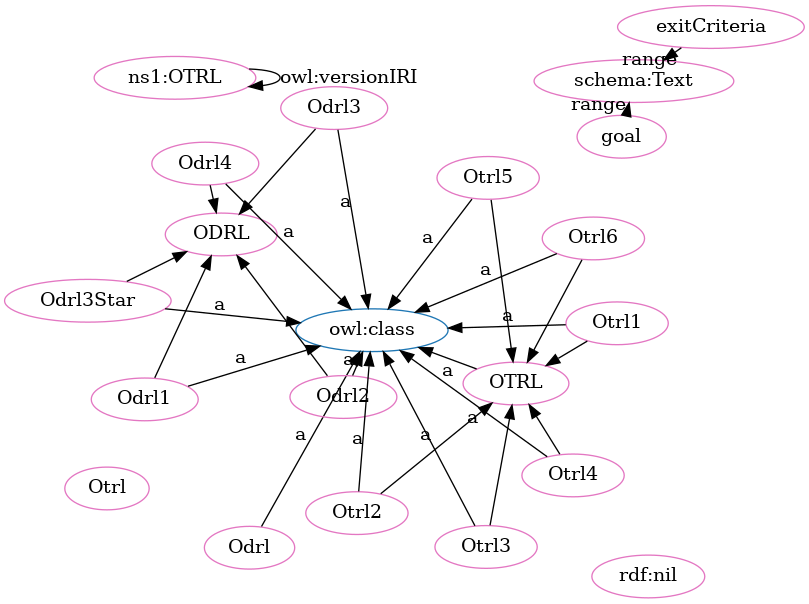
Earlier version of the Graphviz export OTRL-clean.png (OPEN-NEXT/OKH-LOSH). Its source is kept beside it as OTRL-clean.dot.
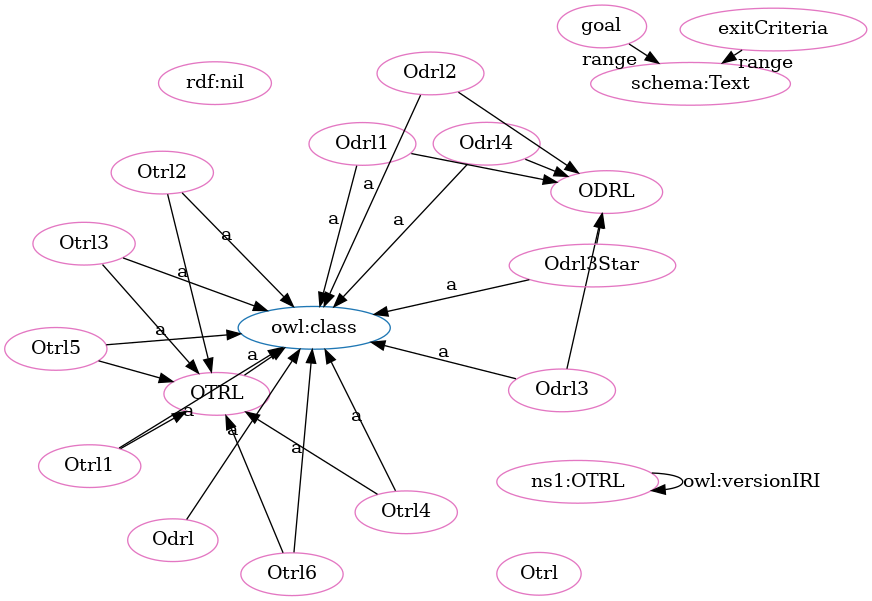
Later version of the same file.

Change to the diagram source:
```diff
@@ -1,54 +1,54 @@
 digraph G {
   rankdir=BT
   node[height=.3]
+"http://www.w3.org/2002/07/owl#class" [fillcolor="#1f77b4" color="#1f77b4" label="owl:class"]
 "http://purl.org/oseg/ontologies/OTRL#ODRL" [fillcolor="#1f77b4" color="#1f77b4" label="ODRL"]
-"http://www.w3.org/2002/07/owl#class" [fillcolor="#1f77b4" color="#1f77b4" label="owl:class"]
 "http://purl.org/oseg/ontologies/OTRL#OTRL" [fillcolor="#1f77b4" color="#1f77b4" label="OTRL"]
-"http://purl.org/oseg/ontologies/OTRL" [fillcolor="#e377c2" color="#e377c2" label="ns1:OTRL"]
-"http://purl.org/oseg/ontologies/OTRL#Odrl3Star" [fillcolor="#e377c2" color="#e377c2" label="Odrl3Star"]
+"http://purl.org/oseg/ontologies/OTRL#Otrl3" [fillcolor="#e377c2" color="#e377c2" label="Otrl3"]
 "http://purl.org/oseg/ontologies/OTRL#Otrl6" [fillcolor="#e377c2" color="#e377c2" label="Otrl6"]
 "http://purl.org/oseg/ontologies/OTRL#ODRL" [fillcolor="#e377c2" color="#e377c2" label="ODRL"]
+"http://purl.org/oseg/ontologies/OTRL#goal" [fillcolor="#e377c2" color="#e377c2" label="goal"]
 "http://purl.org/oseg/ontologies/OTRL#Odrl4" [fillcolor="#e377c2" color="#e377c2" label="Odrl4"]
+"http://purl.org/oseg/ontologies/OTRL#Otrl1" [fillcolor="#e377c2" color="#e377c2" label="Otrl1"]
+"http://purl.org/oseg/ontologies/OTRL#Odrl" [fillcolor="#e377c2" color="#e377c2" label="Odrl"]
+"http://purl.org/oseg/ontologies/OTRL#exitCriteria" [fillcolor="#e377c2" color="#e377c2" label="exitCriteria"]
+"http://purl.org/oseg/ontologies/OTRL#OTRL" [fillcolor="#e377c2" color="#e377c2" label="OTRL"]
+"http://purl.org/oseg/ontologies/OTRL#Otrl5" [fillcolor="#e377c2" color="#e377c2" label="Otrl5"]
+"http://purl.org/oseg/ontologies/OTRL#Odrl3" [fillcolor="#e377c2" color="#e377c2" label="Odrl3"]
 "http://schema.org/Text" [fillcolor="#e377c2" color="#e377c2" label="schema:Text"]
-"http://purl.org/oseg/ontologies/OTRL#OTRL" [fillcolor="#e377c2" color="#e377c2" label="OTRL"]
-"http://purl.org/oseg/ontologies/OTRL#Odrl" [fillcolor="#e377c2" color="#e377c2" label="Odrl"]
-"http://www.w3.org/1999/02/22-rdf-syntax-ns#nil" [fillcolor="#e377c2" color="#e377c2" label="rdf:nil"]
-"http://purl.org/oseg/ontologies/OTRL#Otrl" [fillcolor="#e377c2" color="#e377c2" label="Otrl"]
-"http://purl.org/oseg/ontologies/OTRL#Otrl3" [fillcolor="#e377c2" color="#e377c2" label="Otrl3"]
 "http://purl.org/oseg/ontologies/OTRL#Odrl1" [fillcolor="#e377c2" color="#e377c2" label="Odrl1"]
+"http://purl.org/oseg/ontologies/OTRL" [fillcolor="#e377c2" color="#e377c2" label="ns1:OTRL"]
 "http://purl.org/oseg/ontologies/OTRL#Odrl2" [fillcolor="#e377c2" color="#e377c2" label="Odrl2"]
 "http://purl.org/oseg/ontologies/OTRL#Otrl4" [fillcolor="#e377c2" color="#e377c2" label="Otrl4"]
+"http://purl.org/oseg/ontologies/OTRL#Odrl3Star" [fillcolor="#e377c2" color="#e377c2" label="Odrl3Star"]
+"http://purl.org/oseg/ontologies/OTRL#Otrl" [fillcolor="#e377c2" color="#e377c2" label="Otrl"]
+"http://www.w3.org/1999/02/22-rdf-syntax-ns#nil" [fillcolor="#e377c2" color="#e377c2" label="rdf:nil"]
 "http://purl.org/oseg/ontologies/OTRL#Otrl2" [fillcolor="#e377c2" color="#e377c2" label="Otrl2"]
-"http://purl.org/oseg/ontologies/OTRL#exitCriteria" [fillcolor="#e377c2" color="#e377c2" label="exitCriteria"]
-"http://purl.org/oseg/ontologies/OTRL#Otrl1" [fillcolor="#e377c2" color="#e377c2" label="Otrl1"]
-"http://purl.org/oseg/ontologies/OTRL#goal" [fillcolor="#e377c2" color="#e377c2" label="goal"]
-"http://purl.org/oseg/ontologies/OTRL#Otrl5" [fillcolor="#e377c2" color="#e377c2" label="Otrl5"]
-"http://purl.org/oseg/ontologies/OTRL#Odrl3" [fillcolor="#e377c2" color="#e377c2" label="Odrl3"]
+  "http://purl.org/oseg/ontologies/OTRL#Otrl6" -> "http://www.w3.org/2002/07/owl#class" [label="a"]
+  "http://purl.org/oseg/ontologies/OTRL#Odrl2" -> "http://purl.org/oseg/ontologies/OTRL#ODRL" [label=""]
+  "http://purl.org/oseg/ontologies/OTRL#Odrl" -> "http://www.w3.org/2002/07/owl#class" [label="a"]
+  "http://purl.org/oseg/ontologies/OTRL#Otrl5" -> "http://purl.org/oseg/ontologies/OTRL#OTRL" [label=""]
+  "http://purl.org/oseg/ontologies/OTRL#OTRL" -> "http://www.w3.org/2002/07/owl#class" [label="a"]
+  "http://purl.org/oseg/ontologies/OTRL#goal" -> "http://schema.org/Text" [label="range"]
+  "http://purl.org/oseg/ontologies/OTRL#Odrl1" -> "http://www.w3.org/2002/07/owl#class" [label="a"]
+  "http://purl.org/oseg/ontologies/OTRL#Odrl1" -> "http://purl.org/oseg/ontologies/OTRL#ODRL" [label=""]
+  "http://purl.org/oseg/ontologies/OTRL#Otrl4" -> "http://purl.org/oseg/ontologies/OTRL#OTRL" [label=""]
+  "http://purl.org/oseg/ontologies/OTRL#Otrl2" -> "http://purl.org/oseg/ontologies/OTRL#OTRL" [label=""]
   "http://purl.org/oseg/ontologies/OTRL#Odrl3Star" -> "http://www.w3.org/2002/07/owl#class" [label="a"]
+  "http://purl.org/oseg/ontologies/OTRL#Otrl4" -> "http://www.w3.org/2002/07/owl#class" [label="a"]
+  "http://purl.org/oseg/ontologies/OTRL#Otrl3" -> "http://purl.org/oseg/ontologies/OTRL#OTRL" [label=""]
   "http://purl.org/oseg/ontologies/OTRL" -> "http://purl.org/oseg/ontologies/OTRL" [label="owl:versionIRI"]
-  "http://purl.org/oseg/ontologies/OTRL#Otrl2" -> "http://purl.org/oseg/ontologies/OTRL#OTRL" [label=""]
+  "http://purl.org/oseg/ontologies/OTRL#Odrl3" -> "http://purl.org/oseg/ontologies/OTRL#ODRL" [label=""]
+  "http://purl.org/oseg/ontologies/OTRL#Otrl2" -> "http://www.w3.org/2002/07/owl#class" [label="a"]
+  "http://purl.org/oseg/ontologies/OTRL#Otrl3" -> "http://www.w3.org/2002/07/owl#class" [label="a"]
+  "http://purl.org/oseg/ontologies/OTRL#Odrl3Star" -> "http://purl.org/oseg/ontologies/OTRL#ODRL" [label=""]
+  "http://purl.org/oseg/ontologies/OTRL#Odrl4" -> "http://www.w3.org/2002/07/owl#class" [label="a"]
+  "http://purl.org/oseg/ontologies/OTRL#Otrl1" -> "http://www.w3.org/2002/07/owl#class" [label="a"]
+  "http://purl.org/oseg/ontologies/OTRL#Odrl4" -> "http://purl.org/oseg/ontologies/OTRL#ODRL" [label=""]
+  "http://purl.org/oseg/ontologies/OTRL#Otrl5" -> "http://www.w3.org/2002/07/owl#class" [label="a"]
+  "http://purl.org/oseg/ontologies/OTRL#Odrl3" -> "http://www.w3.org/2002/07/owl#class" [label="a"]
+  "http://purl.org/oseg/ontologies/OTRL#Odrl2" -> "http://www.w3.org/2002/07/owl#class" [label="a"]
+  "http://purl.org/oseg/ontologies/OTRL#Otrl6" -> "http://purl.org/oseg/ontologies/OTRL#OTRL" [label=""]
   "http://purl.org/oseg/ontologies/OTRL#Otrl1" -> "http://purl.org/oseg/ontologies/OTRL#OTRL" [label=""]
-  "http://purl.org/oseg/ontologies/OTRL#Otrl5" -> "http://purl.org/oseg/ontologies/OTRL#OTRL" [label=""]
-  "http://purl.org/oseg/ontologies/OTRL#Otrl3" -> "http://www.w3.org/2002/07/owl#class" [label="a"]
-  "http://purl.org/oseg/ontologies/OTRL#Otrl1" -> "http://www.w3.org/2002/07/owl#class" [label="a"]
-  "http://purl.org/oseg/ontologies/OTRL#Odrl1" -> "http://purl.org/oseg/ontologies/OTRL#ODRL" [label=""]
-  "http://purl.org/oseg/ontologies/OTRL#Otrl6" -> "http://www.w3.org/2002/07/owl#class" [label="a"]
-  "http://purl.org/oseg/ontologies/OTRL#Odrl4" -> "http://purl.org/oseg/ontologies/OTRL#ODRL" [label=""]
-  "http://purl.org/oseg/ontologies/OTRL#Odrl4" -> "http://www.w3.org/2002/07/owl#class" [label="a"]
-  "http://purl.org/oseg/ontologies/OTRL#goal" -> "http://schema.org/Text" [label="range"]
-  "http://purl.org/oseg/ontologies/OTRL#OTRL" -> "http://www.w3.org/2002/07/owl#class" [label="a"]
   "http://purl.org/oseg/ontologies/OTRL#exitCriteria" -> "http://schema.org/Text" [label="range"]
-  "http://purl.org/oseg/ontologies/OTRL#Odrl1" -> "http://www.w3.org/2002/07/owl#class" [label="a"]
-  "http://purl.org/oseg/ontologies/OTRL#Odrl" -> "http://www.w3.org/2002/07/owl#class" [label="a"]
-  "http://purl.org/oseg/ontologies/OTRL#Odrl2" -> "http://purl.org/oseg/ontologies/OTRL#ODRL" [label=""]
-  "http://purl.org/oseg/ontologies/OTRL#Odrl2" -> "http://www.w3.org/2002/07/owl#class" [label="a"]
-  "http://purl.org/oseg/ontologies/OTRL#Otrl4" -> "http://purl.org/oseg/ontologies/OTRL#OTRL" [label=""]
-  "http://purl.org/oseg/ontologies/OTRL#Otrl4" -> "http://www.w3.org/2002/07/owl#class" [label="a"]
-  "http://purl.org/oseg/ontologies/OTRL#Otrl6" -> "http://purl.org/oseg/ontologies/OTRL#OTRL" [label=""]
-  "http://purl.org/oseg/ontologies/OTRL#Odrl3Star" -> "http://purl.org/oseg/ontologies/OTRL#ODRL" [label=""]
-  "http://purl.org/oseg/ontologies/OTRL#Otrl2" -> "http://www.w3.org/2002/07/owl#class" [label="a"]
-  "http://purl.org/oseg/ontologies/OTRL#Otrl5" -> "http://www.w3.org/2002/07/owl#class" [label="a"]
-  "http://purl.org/oseg/ontologies/OTRL#Otrl3" -> "http://purl.org/oseg/ontologies/OTRL#OTRL" [label=""]
-  "http://purl.org/oseg/ontologies/OTRL#Odrl3" -> "http://purl.org/oseg/ontologies/OTRL#ODRL" [label=""]
-  "http://purl.org/oseg/ontologies/OTRL#Odrl3" -> "http://www.w3.org/2002/07/owl#class" [label="a"]
 }
```
